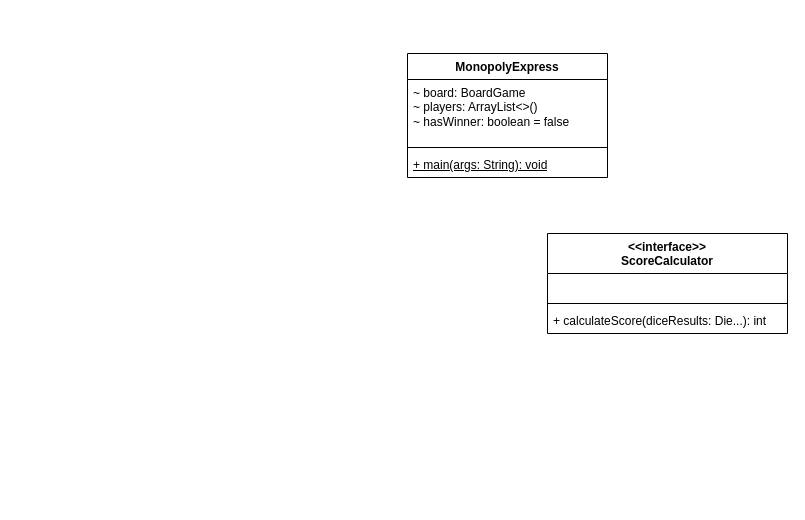
Earlier version of the draw.io diagram workshop9-week10.drawio (antonykimuom/SWEN30006-2025-SM1-workshop1-tuew05-14-00-team-12). Source tidied: cells renumbered, new cells numbered last; positions are measured from the earlier drawing's top-left corner, leaving out a move shared by most shapes. Both pictures are drawn from the tidied source at 100%, with x=0, y=0 at pixel (407, 53).
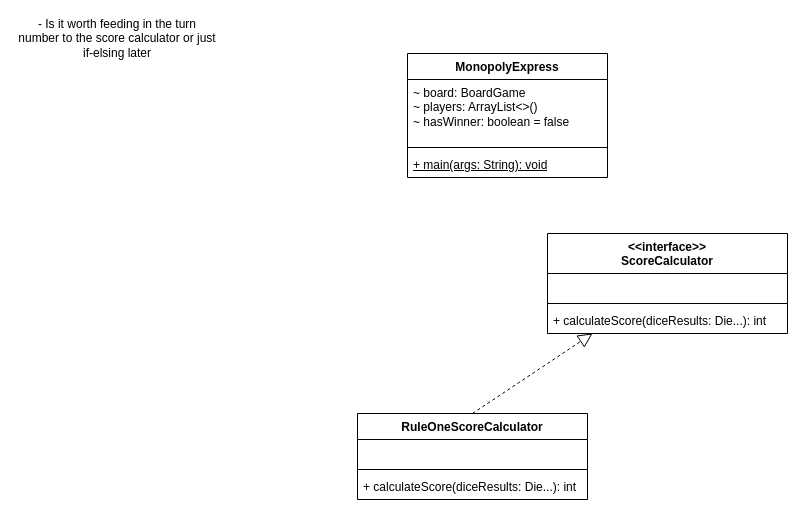
After the change.

Commit message:
added ruleone score calculator

Change to the diagram source:
```diff
@@
 <mxGraphModel>
   <root>
     <mxCell id="0" />
     <mxCell id="1" parent="0" />
     <mxCell id="2" value="MonopolyExpress" style="swimlane;fontStyle=1;align=center;verticalAlign=top;horizontal=1;startSize=26;whiteSpace=wrap;html=1;" parent="1" vertex="1">
       <mxGeometry width="200" height="124" as="geometry" />
     </mxCell>
     <mxCell id="3" value="~ board: BoardGame&lt;div&gt;~ players: ArrayList&amp;lt;&amp;gt;()&lt;/div&gt;&lt;div&gt;~ hasWinner: boolean = false&lt;/div&gt;" style="text;strokeColor=none;fillColor=none;align=left;verticalAlign=top;spacingLeft=4;spacingRight=4;overflow=hidden;whiteSpace=wrap;html=1;" parent="2" vertex="1">
       <mxGeometry y="26" width="200" height="64" as="geometry" />
     </mxCell>
     <mxCell id="4" style="line;strokeWidth=1;fillColor=none;align=left;verticalAlign=middle;spacingTop=-1;spacingLeft=3;spacingRight=3;labelPosition=right;strokeColor=inherit;" parent="2" vertex="1">
       <mxGeometry y="90" width="200" height="8" as="geometry" />
     </mxCell>
     <mxCell id="5" value="&lt;u&gt;+ main(args: String): void&lt;/u&gt;" style="text;strokeColor=none;fillColor=none;align=left;verticalAlign=top;spacingLeft=4;spacingRight=4;overflow=hidden;whiteSpace=wrap;html=1;" parent="2" vertex="1">
       <mxGeometry y="98" width="200" height="26" as="geometry" />
     </mxCell>
     <mxCell id="6" value="&amp;lt;&amp;lt;interface&amp;gt;&amp;gt;&lt;div&gt;ScoreCalculator&lt;/div&gt;" style="swimlane;fontStyle=1;align=center;verticalAlign=top;horizontal=1;startSize=40;whiteSpace=wrap;html=1;" parent="1" vertex="1">
       <mxGeometry x="140" y="180" width="240" height="100" as="geometry" />
     </mxCell>
     <mxCell id="7" value="&lt;br&gt;&lt;div&gt;&lt;br&gt;&lt;/div&gt;" style="text;strokeColor=none;fillColor=none;align=left;verticalAlign=top;spacingLeft=4;spacingRight=4;overflow=hidden;whiteSpace=wrap;html=1;" parent="6" vertex="1">
       <mxGeometry y="40" width="240" height="26" as="geometry" />
     </mxCell>
     <mxCell id="8" style="line;strokeWidth=1;fillColor=none;align=left;verticalAlign=middle;spacingTop=-1;spacingLeft=3;spacingRight=3;labelPosition=right;strokeColor=inherit;" parent="6" vertex="1">
       <mxGeometry y="66" width="240" height="8" as="geometry" />
     </mxCell>
     <mxCell id="9" value="+ calculateScore(diceResults: Die...): int" style="text;strokeColor=none;fillColor=none;align=left;verticalAlign=top;spacingLeft=4;spacingRight=4;overflow=hidden;whiteSpace=wrap;html=1;" parent="6" vertex="1">
       <mxGeometry y="74" width="240" height="26" as="geometry" />
     </mxCell>
+    <mxCell id="10" value="RuleOneScoreCalculator" style="swimlane;fontStyle=1;align=center;verticalAlign=top;horizontal=1;startSize=26;whiteSpace=wrap;html=1;" parent="1" vertex="1">
+      <mxGeometry x="-50" y="360" width="230" height="86" as="geometry" />
+    </mxCell>
+    <mxCell id="11" value="&lt;br&gt;&lt;div&gt;&lt;br&gt;&lt;/div&gt;" style="text;strokeColor=none;fillColor=none;align=left;verticalAlign=top;spacingLeft=4;spacingRight=4;overflow=hidden;whiteSpace=wrap;html=1;" parent="10" vertex="1">
+      <mxGeometry y="26" width="230" height="26" as="geometry" />
+    </mxCell>
+    <mxCell id="12" style="line;strokeWidth=1;fillColor=none;align=left;verticalAlign=middle;spacingTop=-1;spacingLeft=3;spacingRight=3;labelPosition=right;strokeColor=inherit;" parent="10" vertex="1">
+      <mxGeometry y="52" width="230" height="8" as="geometry" />
+    </mxCell>
+    <mxCell id="13" value="+ calculateScore(diceResults: Die...): int" style="text;strokeColor=none;fillColor=none;align=left;verticalAlign=top;spacingLeft=4;spacingRight=4;overflow=hidden;whiteSpace=wrap;html=1;" parent="10" vertex="1">
+      <mxGeometry y="60" width="230" height="26" as="geometry" />
+    </mxCell>
+    <mxCell id="14" value="- Is it worth feeding in the turn number to the score calculator or just if-elsing later" style="text;html=1;align=center;verticalAlign=middle;whiteSpace=wrap;rounded=0;" parent="1" vertex="1">
+      <mxGeometry x="-390" y="-30" width="200" height="30" as="geometry" />
+    </mxCell>
+    <mxCell id="15" style="endArrow=block;dashed=1;endFill=0;endSize=12;html=1;rounded=0;exitX=0.5;exitY=0;exitDx=0;exitDy=0;" parent="1" edge="1" source="10" target="6">
+      <mxGeometry relative="1" as="geometry" />
+    </mxCell>
   </root>
 </mxGraphModel>
```
